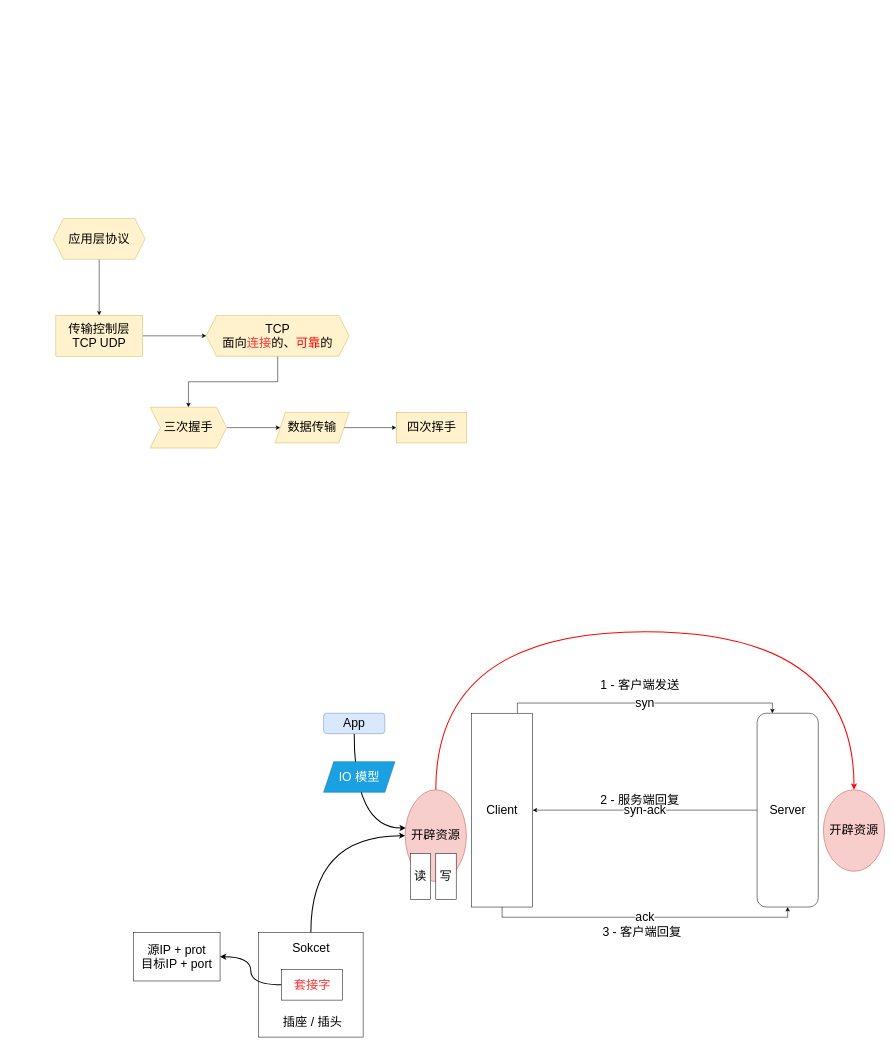
lynxlangya/diawio-folder keeps this draw.io diagram as 计算机网络/TPC、IP理解流程图.drawio. Above is the earlier version. Source tidied: cells renumbered, new cells numbered last; positions are measured from the earlier drawing's top-left corner, leaving out a move shared by most shapes. Both pictures are drawn from the tidied source at 51%, with x=0, y=0 at pixel (53, 218).
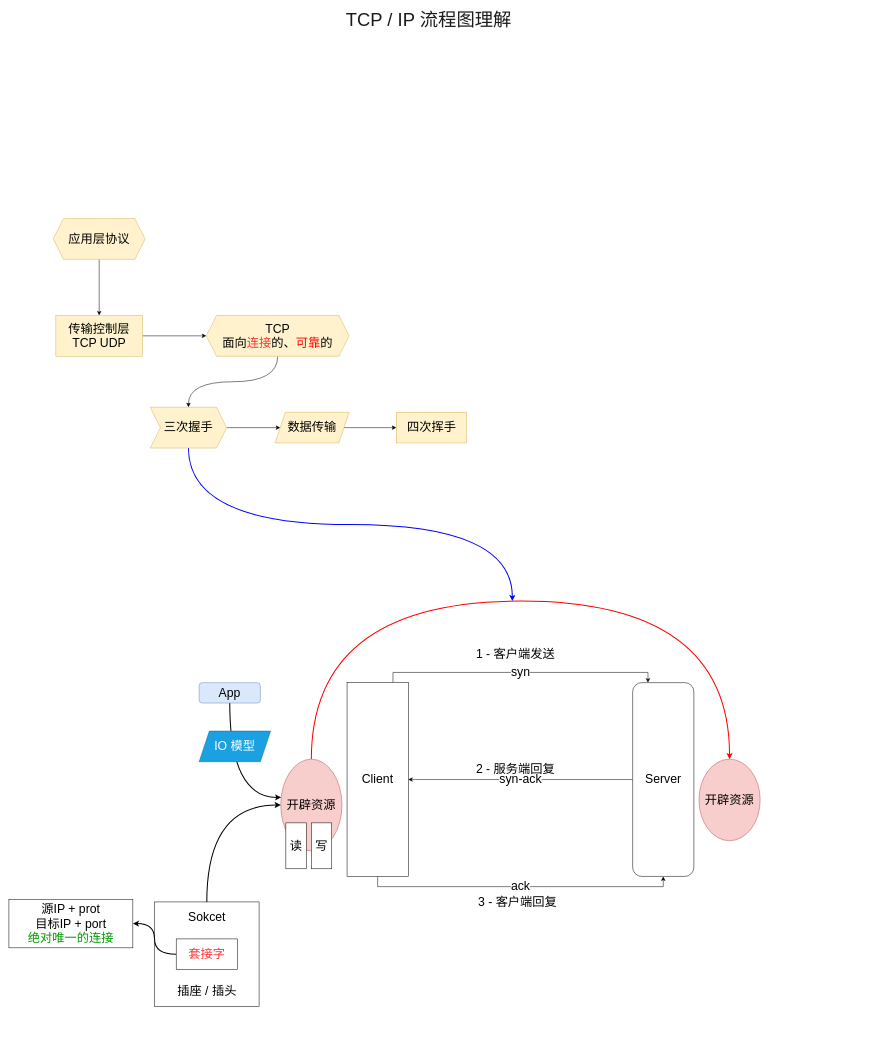
After the change.

Commit message:
三次握手完善

Unchanged cells that the change refers to:
```xml
<mxCell id="18" value="TCP&lt;br&gt;面向&lt;font color=&quot;#ff3333&quot;&gt;连接&lt;/font&gt;的、&lt;font color=&quot;#ff0000&quot;&gt;可靠&lt;/font&gt;的" style="shape=hexagon;perimeter=hexagonPerimeter2;whiteSpace=wrap;html=1;fixedSize=1;fontSize=24;strokeColor=#d6b656;fillColor=#fff2cc;" parent="1" vertex="1">
  <mxGeometry x="300" y="190" width="280" height="80" as="geometry" />
</mxCell>
<mxCell id="20" value="三次握手" style="shape=step;perimeter=stepPerimeter;whiteSpace=wrap;html=1;fixedSize=1;fontSize=24;strokeColor=#d6b656;fillColor=#fff2cc;" parent="1" vertex="1">
  <mxGeometry x="190" y="370" width="150" height="80" as="geometry" />
</mxCell>
```

Change to the diagram source:
```diff
@@
     <mxCell id="4" value="&lt;font style=&quot;font-size: 24px&quot;&gt;Client&lt;/font&gt;" style="rounded=0;whiteSpace=wrap;html=1;" parent="1" vertex="1">
-      <mxGeometry x="820" y="970" width="120" height="380" as="geometry" />
+      <mxGeometry x="576" y="910" width="120" height="380" as="geometry" />
     </mxCell>
@@
     <mxCell id="6" value="&lt;font style=&quot;font-size: 24px&quot;&gt;Server&lt;/font&gt;" style="rounded=1;whiteSpace=wrap;html=1;" parent="1" vertex="1">
-      <mxGeometry x="1380" y="970" width="120" height="380" as="geometry" />
+      <mxGeometry x="1136" y="910" width="120" height="380" as="geometry" />
     </mxCell>
     <mxCell id="7" value="1 - 客户端发送" style="text;html=1;align=center;verticalAlign=middle;strokeColor=none;fillColor=none;fontSize=24;" parent="1" vertex="1">
-      <mxGeometry x="1065" y="900" width="170" height="30" as="geometry" />
+      <mxGeometry x="821" y="840" width="170" height="30" as="geometry" />
     </mxCell>
     <mxCell id="8" value="2 - 服务端回复" style="text;html=1;align=center;verticalAlign=middle;strokeColor=none;fillColor=none;fontSize=24;" parent="1" vertex="1">
-      <mxGeometry x="1065" y="1125" width="170" height="30" as="geometry" />
+      <mxGeometry x="821" y="1065" width="170" height="30" as="geometry" />
     </mxCell>
     <mxCell id="9" value="3 - 客户端回复" style="text;html=1;align=center;verticalAlign=middle;strokeColor=none;fillColor=none;fontSize=24;" parent="1" vertex="1">
-      <mxGeometry x="1069" y="1385" width="170" height="30" as="geometry" />
+      <mxGeometry x="825" y="1325" width="170" height="30" as="geometry" />
     </mxCell>
     <mxCell id="10" style="edgeStyle=orthogonalEdgeStyle;curved=1;rounded=0;jettySize=auto;html=1;exitX=0.5;exitY=0;exitDx=0;exitDy=0;entryX=0.5;entryY=0;entryDx=0;entryDy=0;fontSize=24;strokeColor=#FF0000;strokeWidth=2;" parent="1" edge="1" source="11" target="12">
       <mxGeometry relative="1" as="geometry">
         <Array as="points">
-          <mxPoint x="750" y="810" />
-          <mxPoint x="1570" y="810" />
+          <mxPoint x="506" y="750" />
+          <mxPoint x="1326" y="750" />
         </Array>
       </mxGeometry>
     </mxCell>
     <mxCell id="11" value="开辟资源" style="ellipse;whiteSpace=wrap;html=1;fontSize=24;fillColor=#f8cecc;strokeColor=#b85450;" parent="1" vertex="1">
-      <mxGeometry x="690" y="1120" width="120" height="180" as="geometry" />
+      <mxGeometry x="446" y="1060" width="120" height="180" as="geometry" />
     </mxCell>
     <mxCell id="12" value="开辟资源" style="ellipse;whiteSpace=wrap;html=1;fontSize=24;fillColor=#f8cecc;strokeColor=#b85450;" parent="1" vertex="1">
-      <mxGeometry x="1510" y="1120" width="120" height="160" as="geometry" />
+      <mxGeometry x="1266" y="1060" width="120" height="160" as="geometry" />
     </mxCell>
@@
-    <mxCell id="17" style="edgeStyle=orthogonalEdgeStyle;rounded=0;jettySize=auto;html=1;fontSize=24;fontColor=#FF0000;" parent="1" edge="1" source="18" target="20">
+    <mxCell id="17" style="edgeStyle=orthogonalEdgeStyle;curved=1;rounded=0;jettySize=auto;html=1;exitX=0.5;exitY=1;exitDx=0;exitDy=0;entryX=0.5;entryY=0;entryDx=0;entryDy=0;" parent="1" edge="1" source="18" target="20">
       <mxGeometry relative="1" as="geometry" />
     </mxCell>
@@
+    <mxCell id="36" style="edgeStyle=orthogonalEdgeStyle;curved=1;rounded=0;jettySize=auto;html=1;exitX=0.5;exitY=1;exitDx=0;exitDy=0;strokeColor=#0000FF;strokeWidth=2;" parent="1" edge="1" source="20">
+      <mxGeometry relative="1" as="geometry">
+        <mxPoint x="900" y="750" as="targetPoint" />
+      </mxGeometry>
+    </mxCell>
@@
     <mxCell id="25" value="&lt;font style=&quot;font-size: 24px&quot;&gt;&lt;br&gt;&lt;/font&gt;" style="whiteSpace=wrap;html=1;" parent="1" vertex="1">
-      <mxGeometry x="402.5" y="1400" width="205" height="205" as="geometry" />
+      <mxGeometry x="198.5" y="1340" width="205" height="205" as="geometry" />
     </mxCell>
     <mxCell id="26" value="读" style="rounded=0;whiteSpace=wrap;html=1;fontSize=24;" parent="1" vertex="1">
-      <mxGeometry x="700" y="1245" width="40" height="90" as="geometry" />
+      <mxGeometry x="456" y="1185" width="40" height="90" as="geometry" />
     </mxCell>
     <mxCell id="27" value="写" style="rounded=0;whiteSpace=wrap;html=1;fontSize=24;" parent="1" vertex="1">
-      <mxGeometry x="750" y="1245" width="40" height="90" as="geometry" />
+      <mxGeometry x="506" y="1185" width="40" height="90" as="geometry" />
     </mxCell>
@@
     <mxCell id="29" value="App" style="rounded=1;whiteSpace=wrap;html=1;fontSize=24;fillColor=#dae8fc;strokeColor=#6c8ebf;" parent="1" vertex="1">
-      <mxGeometry x="530" y="970" width="120" height="40" as="geometry" />
+      <mxGeometry x="286" y="910" width="120" height="40" as="geometry" />
     </mxCell>
     <mxCell id="30" value="IO 模型" style="shape=parallelogram;perimeter=parallelogramPerimeter;whiteSpace=wrap;html=1;fixedSize=1;fontSize=24;fillColor=#1ba1e2;fontColor=#ffffff;strokeColor=#006EAF;" parent="1" vertex="1">
-      <mxGeometry x="530" y="1065" width="140" height="60" as="geometry" />
+      <mxGeometry x="286" y="1005" width="140" height="60" as="geometry" />
     </mxCell>
-    <mxCell id="31" value="源IP + prot&lt;br&gt;目标IP + port" style="rounded=0;whiteSpace=wrap;html=1;fontSize=24;" parent="1" vertex="1">
-      <mxGeometry x="157" y="1400" width="170" height="95" as="geometry" />
+    <mxCell id="31" value="源IP + prot&lt;br&gt;目标IP + port&lt;br&gt;&lt;font color=&quot;#009900&quot;&gt;绝对唯一的连接&lt;/font&gt;" style="rounded=0;whiteSpace=wrap;html=1;fontSize=24;" parent="1" vertex="1">
+      <mxGeometry x="-87" y="1335" width="243" height="95" as="geometry" />
     </mxCell>
@@
     <mxCell id="33" value="套接字" style="rounded=0;whiteSpace=wrap;html=1;fontSize=24;fontColor=#FF3333;" parent="1" vertex="1">
-      <mxGeometry x="447.5" y="1472.5" width="120" height="60" as="geometry" />
+      <mxGeometry x="241" y="1412.5" width="120" height="60" as="geometry" />
     </mxCell>
     <mxCell id="34" value="&lt;font color=&quot;#000000&quot;&gt;Sokcet&lt;/font&gt;" style="text;html=1;align=center;verticalAlign=middle;strokeColor=none;fillColor=none;fontSize=24;fontColor=#FF3333;" parent="1" vertex="1">
-      <mxGeometry x="460" y="1415" width="90" height="30" as="geometry" />
+      <mxGeometry x="256" y="1355" width="90" height="30" as="geometry" />
     </mxCell>
     <mxCell id="35" value="插座 / 插头" style="text;html=1;align=center;verticalAlign=middle;strokeColor=none;fillColor=none;fontSize=24;fontColor=#000000;" parent="1" vertex="1">
-      <mxGeometry x="442.5" y="1560" width="130" height="30" as="geometry" />
+      <mxGeometry x="236" y="1500" width="130" height="30" as="geometry" />
     </mxCell>
+    <mxCell id="37" value="&lt;font color=&quot;#1a1a1a&quot; style=&quot;font-size: 36px&quot;&gt;TCP / IP 流程图理解&lt;/font&gt;" style="text;html=1;align=center;verticalAlign=middle;strokeColor=none;fillColor=none;fontColor=#009900;" parent="1" vertex="1">
+      <mxGeometry x="566" y="-405" width="340" height="30" as="geometry" />
+    </mxCell>
```
